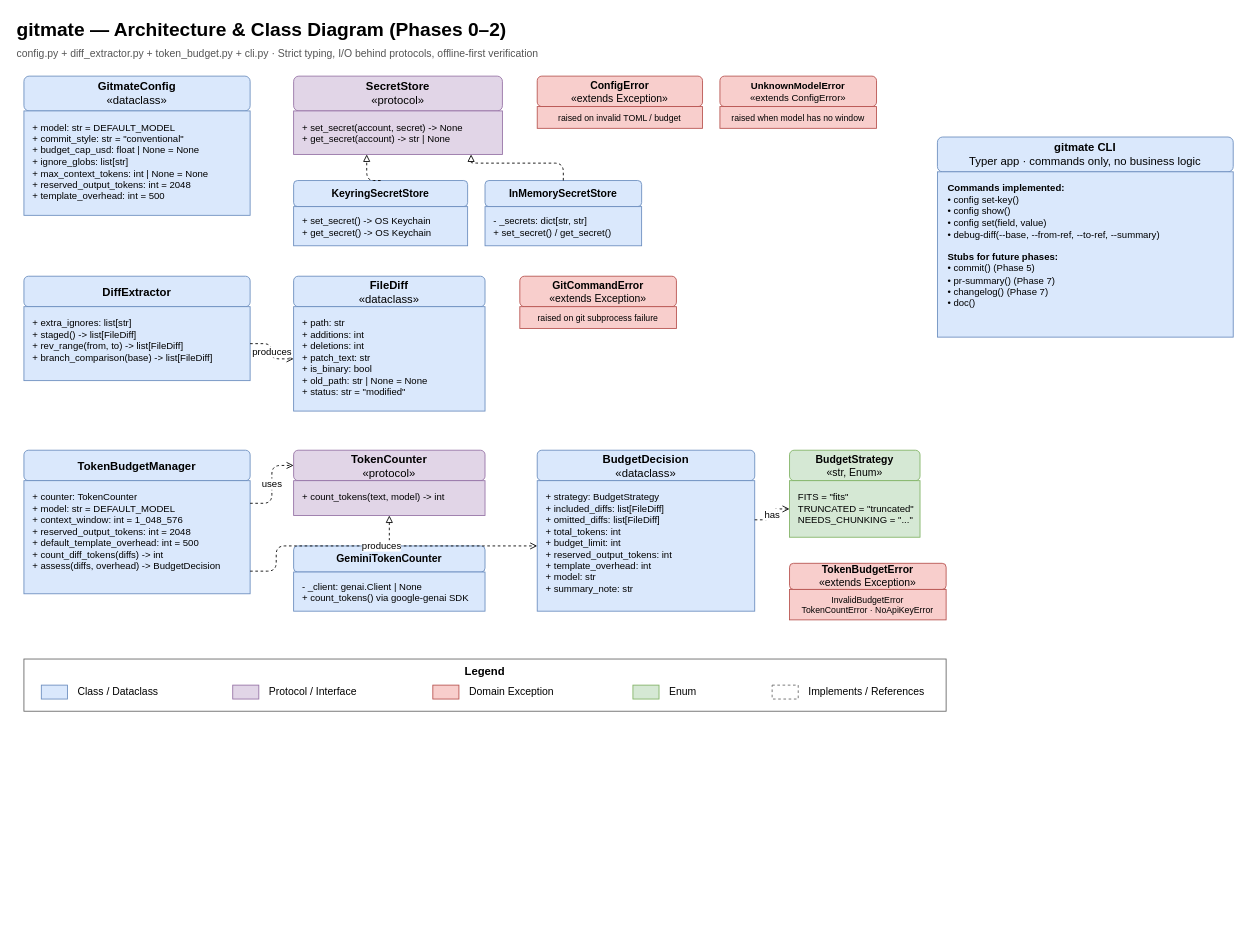
Above: docs/class-diagram.drawio in getdownandcode/gitmate (draw.io), before the change. Source tidied: cells renumbered, new cells numbered last; positions are measured from the earlier drawing's top-left corner, leaving out a move shared by most shapes. Both pictures are drawn from the tidied source at 87%, with x=0, y=0 at pixel (15, 15).
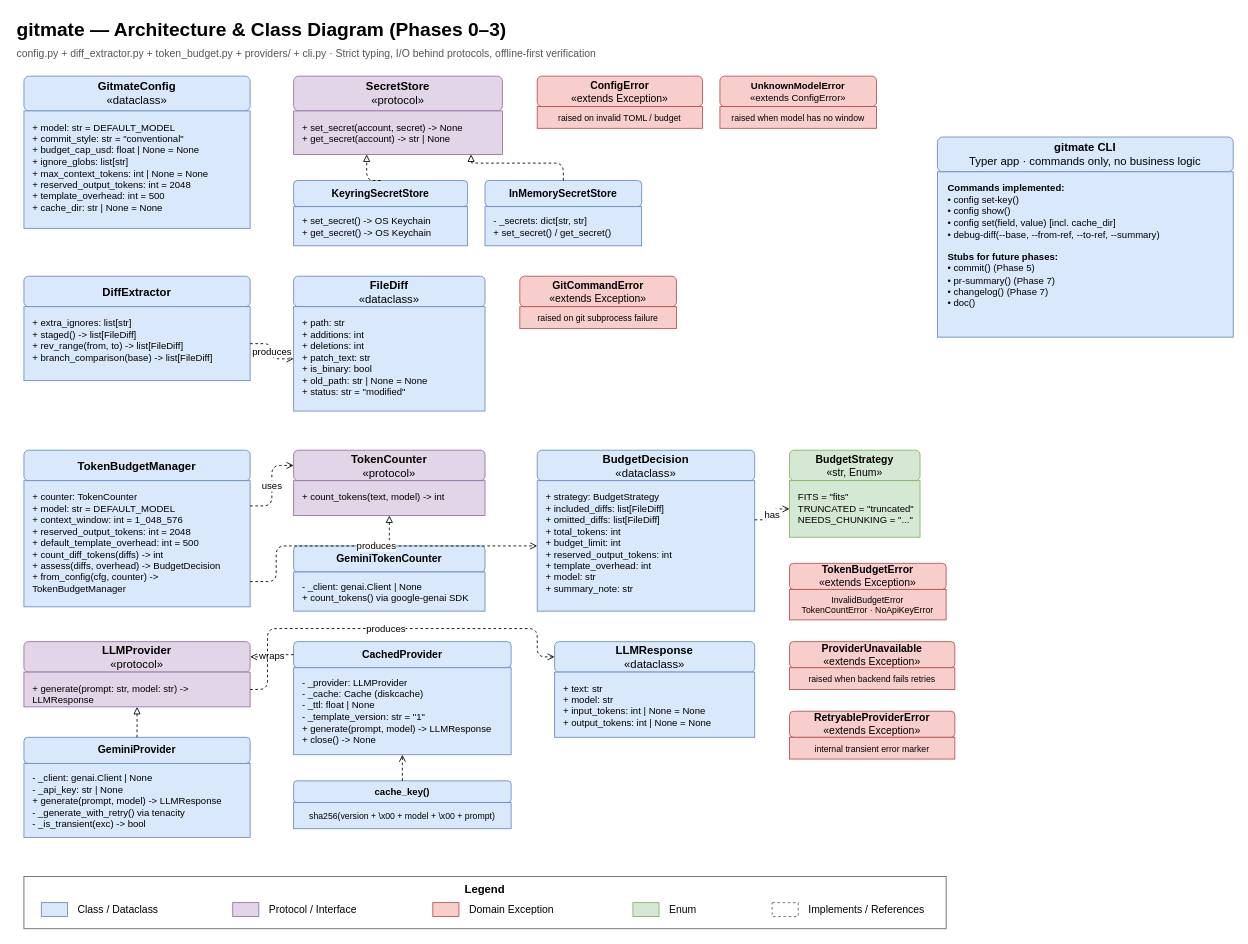
Above is the later version.

Commit message (it also covers changes not shown here):
docs: update README and class diagram for Phase 3

Unchanged cells that the change refers to:
```xml
<mxCell id="29" value="+ strategy: BudgetStrategy&lt;br/&gt;+ included_diffs: list[FileDiff]&lt;br/&gt;+ omitted_diffs: list[FileDiff]&lt;br/&gt;+ total_tokens: int&lt;br/&gt;+ budget_limit: int&lt;br/&gt;+ reserved_output_tokens: int&lt;br/&gt;+ template_overhead: int&lt;br/&gt;+ model: str&lt;br/&gt;+ summary_note: str" style="rounded=0;whiteSpace=wrap;html=1;align=left;verticalAlign=top;fontSize=11;spacingLeft=8;spacingTop=6;fillColor=#dae8fc;strokeColor=#6c8ebf;" parent="1" vertex="1">
  <mxGeometry x="600" y="535" width="250" height="150" as="geometry" />
</mxCell>
```

Change to the diagram source:
```diff
@@
-    <mxCell id="2" value="gitmate — Architecture &amp; Class Diagram (Phases 0–2)" style="text;html=1;align=left;verticalAlign=middle;fontStyle=1;fontSize=22;" parent="1" vertex="1">
+    <mxCell id="2" value="gitmate — Architecture &amp; Class Diagram (Phases 0–3)" style="text;html=1;align=left;verticalAlign=middle;fontStyle=1;fontSize=22;" parent="1" vertex="1">
       <mxGeometry width="800" height="34" as="geometry" />
     </mxCell>
-    <mxCell id="3" value="config.py + diff_extractor.py + token_budget.py + cli.py · Strict typing, I/O behind protocols, offline-first verification" style="text;html=1;align=left;verticalAlign=middle;fontSize=12;fontColor=#555555;" parent="1" vertex="1">
+    <mxCell id="3" value="config.py + diff_extractor.py + token_budget.py + providers/ + cli.py · Strict typing, I/O behind protocols, offline-first verification" style="text;html=1;align=left;verticalAlign=middle;fontSize=12;fontColor=#555555;" parent="1" vertex="1">
       <mxGeometry y="34" width="1100" height="22" as="geometry" />
     </mxCell>
@@
-    <mxCell id="5" value="+ model: str = DEFAULT_MODEL&lt;br/&gt;+ commit_style: str = &quot;conventional&quot;&lt;br/&gt;+ budget_cap_usd: float | None = None&lt;br/&gt;+ ignore_globs: list[str]&lt;br/&gt;+ max_context_tokens: int | None = None&lt;br/&gt;+ reserved_output_tokens: int = 2048&lt;br/&gt;+ template_overhead: int = 500" style="rounded=0;whiteSpace=wrap;html=1;align=left;verticalAlign=top;fontSize=11;spacingLeft=8;spacingTop=6;fillColor=#dae8fc;strokeColor=#6c8ebf;" parent="1" vertex="1">
-      <mxGeometry x="10" y="110" width="260" height="120" as="geometry" />
+    <mxCell id="5" value="+ model: str = DEFAULT_MODEL&lt;br/&gt;+ commit_style: str = &quot;conventional&quot;&lt;br/&gt;+ budget_cap_usd: float | None = None&lt;br/&gt;+ ignore_globs: list[str]&lt;br/&gt;+ max_context_tokens: int | None = None&lt;br/&gt;+ reserved_output_tokens: int = 2048&lt;br/&gt;+ template_overhead: int = 500&lt;br/&gt;+ cache_dir: str | None = None" style="rounded=0;whiteSpace=wrap;html=1;align=left;verticalAlign=top;fontSize=11;spacingLeft=8;spacingTop=6;fillColor=#dae8fc;strokeColor=#6c8ebf;" parent="1" vertex="1">
+      <mxGeometry x="10" y="110" width="260" height="135" as="geometry" />
     </mxCell>
@@
-    <mxCell id="23" value="+ counter: TokenCounter&lt;br/&gt;+ model: str = DEFAULT_MODEL&lt;br/&gt;+ context_window: int = 1_048_576&lt;br/&gt;+ reserved_output_tokens: int = 2048&lt;br/&gt;+ default_template_overhead: int = 500&lt;br/&gt;+ count_diff_tokens(diffs) -&amp;gt; int&lt;br/&gt;+ assess(diffs, overhead) -&amp;gt; BudgetDecision" style="rounded=0;whiteSpace=wrap;html=1;align=left;verticalAlign=top;fontSize=11;spacingLeft=8;spacingTop=6;fillColor=#dae8fc;strokeColor=#6c8ebf;" parent="1" vertex="1">
-      <mxGeometry x="10" y="535" width="260" height="130" as="geometry" />
+    <mxCell id="23" value="+ counter: TokenCounter&lt;br/&gt;+ model: str = DEFAULT_MODEL&lt;br/&gt;+ context_window: int = 1_048_576&lt;br/&gt;+ reserved_output_tokens: int = 2048&lt;br/&gt;+ default_template_overhead: int = 500&lt;br/&gt;+ count_diff_tokens(diffs) -&amp;gt; int&lt;br/&gt;+ assess(diffs, overhead) -&amp;gt; BudgetDecision&lt;br/&gt;+ from_config(cfg, counter) -&amp;gt; TokenBudgetManager" style="rounded=0;whiteSpace=wrap;html=1;align=left;verticalAlign=top;fontSize=11;spacingLeft=8;spacingTop=6;fillColor=#dae8fc;strokeColor=#6c8ebf;" parent="1" vertex="1">
+      <mxGeometry x="10" y="535" width="260" height="145" as="geometry" />
     </mxCell>
@@
+    <mxCell id="54" value="&lt;b&gt;LLMProvider&lt;/b&gt;&lt;br/&gt;«protocol»" style="rounded=1;whiteSpace=wrap;html=1;align=center;fontSize=13;fillColor=#e1d5e7;strokeColor=#9673a6;" parent="1" vertex="1">
+      <mxGeometry x="10" y="720" width="260" height="35" as="geometry" />
+    </mxCell>
+    <mxCell id="55" value="+ generate(prompt: str, model: str) -&amp;gt; LLMResponse" style="rounded=0;whiteSpace=wrap;html=1;align=left;verticalAlign=top;fontSize=11;spacingLeft=8;spacingTop=6;fillColor=#e1d5e7;strokeColor=#9673a6;" parent="1" vertex="1">
+      <mxGeometry x="10" y="755" width="260" height="40" as="geometry" />
+    </mxCell>
+    <mxCell id="56" value="&lt;b&gt;GeminiProvider&lt;/b&gt;" style="rounded=1;whiteSpace=wrap;html=1;align=center;fontSize=12;fillColor=#dae8fc;strokeColor=#6c8ebf;" parent="1" vertex="1">
+      <mxGeometry x="10" y="830" width="260" height="30" as="geometry" />
+    </mxCell>
+    <mxCell id="57" value="- _client: genai.Client | None&lt;br/&gt;- _api_key: str | None&lt;br/&gt;+ generate(prompt, model) -&amp;gt; LLMResponse&lt;br/&gt;- _generate_with_retry() via tenacity&lt;br/&gt;- _is_transient(exc) -&amp;gt; bool" style="rounded=0;whiteSpace=wrap;html=1;align=left;verticalAlign=top;fontSize=11;spacingLeft=8;spacingTop=4;fillColor=#dae8fc;strokeColor=#6c8ebf;" parent="1" vertex="1">
+      <mxGeometry x="10" y="860" width="260" height="85" as="geometry" />
+    </mxCell>
+    <mxCell id="58" value="&lt;b&gt;CachedProvider&lt;/b&gt;" style="rounded=1;whiteSpace=wrap;html=1;align=center;fontSize=12;fillColor=#dae8fc;strokeColor=#6c8ebf;" parent="1" vertex="1">
+      <mxGeometry x="320" y="720" width="250" height="30" as="geometry" />
+    </mxCell>
+    <mxCell id="59" value="- _provider: LLMProvider&lt;br/&gt;- _cache: Cache (diskcache)&lt;br/&gt;- _ttl: float | None&lt;br/&gt;- _template_version: str = &quot;1&quot;&lt;br/&gt;+ generate(prompt, model) -&amp;gt; LLMResponse&lt;br/&gt;+ close() -&amp;gt; None" style="rounded=0;whiteSpace=wrap;html=1;align=left;verticalAlign=top;fontSize=11;spacingLeft=8;spacingTop=4;fillColor=#dae8fc;strokeColor=#6c8ebf;" parent="1" vertex="1">
+      <mxGeometry x="320" y="750" width="250" height="100" as="geometry" />
+    </mxCell>
+    <mxCell id="60" value="&lt;b&gt;cache_key()&lt;/b&gt;" style="rounded=1;whiteSpace=wrap;html=1;align=center;fontSize=11;fillColor=#dae8fc;strokeColor=#6c8ebf;" parent="1" vertex="1">
+      <mxGeometry x="320" y="880" width="250" height="25" as="geometry" />
+    </mxCell>
+    <mxCell id="61" value="sha256(version + \x00 + model + \x00 + prompt)" style="rounded=0;whiteSpace=wrap;html=1;align=center;verticalAlign=middle;fontSize=10;fillColor=#dae8fc;strokeColor=#6c8ebf;" parent="1" vertex="1">
+      <mxGeometry x="320" y="905" width="250" height="30" as="geometry" />
+    </mxCell>
+    <mxCell id="62" value="&lt;b&gt;LLMResponse&lt;/b&gt;&lt;br/&gt;«dataclass»" style="rounded=1;whiteSpace=wrap;html=1;align=center;fontSize=13;fillColor=#dae8fc;strokeColor=#6c8ebf;" parent="1" vertex="1">
+      <mxGeometry x="620" y="720" width="230" height="35" as="geometry" />
+    </mxCell>
+    <mxCell id="63" value="+ text: str&lt;br/&gt;+ model: str&lt;br/&gt;+ input_tokens: int | None = None&lt;br/&gt;+ output_tokens: int | None = None" style="rounded=0;whiteSpace=wrap;html=1;align=left;verticalAlign=top;fontSize=11;spacingLeft=8;spacingTop=6;fillColor=#dae8fc;strokeColor=#6c8ebf;" parent="1" vertex="1">
+      <mxGeometry x="620" y="755" width="230" height="75" as="geometry" />
+    </mxCell>
+    <mxCell id="64" value="&lt;b&gt;ProviderUnavailable&lt;/b&gt;&lt;br/&gt;«extends Exception»" style="rounded=1;whiteSpace=wrap;html=1;align=center;fontSize=12;fillColor=#f8cecc;strokeColor=#b85450;" parent="1" vertex="1">
+      <mxGeometry x="890" y="720" width="190" height="30" as="geometry" />
+    </mxCell>
+    <mxCell id="65" value="raised when backend fails retries" style="rounded=0;whiteSpace=wrap;html=1;align=center;verticalAlign=middle;fontSize=10;fillColor=#f8cecc;strokeColor=#b85450;" parent="1" vertex="1">
+      <mxGeometry x="890" y="750" width="190" height="25" as="geometry" />
+    </mxCell>
+    <mxCell id="66" value="&lt;b&gt;RetryableProviderError&lt;/b&gt;&lt;br/&gt;«extends Exception»" style="rounded=1;whiteSpace=wrap;html=1;align=center;fontSize=12;fillColor=#f8cecc;strokeColor=#b85450;" parent="1" vertex="1">
+      <mxGeometry x="890" y="800" width="190" height="30" as="geometry" />
+    </mxCell>
+    <mxCell id="67" value="internal transient error marker" style="rounded=0;whiteSpace=wrap;html=1;align=center;verticalAlign=middle;fontSize=10;fillColor=#f8cecc;strokeColor=#b85450;" parent="1" vertex="1">
+      <mxGeometry x="890" y="830" width="190" height="25" as="geometry" />
+    </mxCell>
@@
-    <mxCell id="35" value="&lt;b&gt;Commands implemented:&lt;/b&gt;&lt;br/&gt;• config set-key()&lt;br/&gt;• config show()&lt;br/&gt;• config set(field, value)&lt;br/&gt;• debug-diff(--base, --from-ref, --to-ref, --summary)&lt;br/&gt;&lt;br/&gt;&lt;b&gt;Stubs for future phases:&lt;/b&gt;&lt;br/&gt;• commit() (Phase 5)&lt;br/&gt;• pr-summary() (Phase 7)&lt;br/&gt;• changelog() (Phase 7)&lt;br/&gt;• doc()" style="rounded=0;whiteSpace=wrap;html=1;align=left;verticalAlign=top;fontSize=11;spacingLeft=10;spacingTop=6;fillColor=#dae8fc;strokeColor=#6c8ebf;" parent="1" vertex="1">
+    <mxCell id="35" value="&lt;b&gt;Commands implemented:&lt;/b&gt;&lt;br/&gt;• config set-key()&lt;br/&gt;• config show()&lt;br/&gt;• config set(field, value) [incl. cache_dir]&lt;br/&gt;• debug-diff(--base, --from-ref, --to-ref, --summary)&lt;br/&gt;&lt;br/&gt;&lt;b&gt;Stubs for future phases:&lt;/b&gt;&lt;br/&gt;• commit() (Phase 5)&lt;br/&gt;• pr-summary() (Phase 7)&lt;br/&gt;• changelog() (Phase 7)&lt;br/&gt;• doc()" style="rounded=0;whiteSpace=wrap;html=1;align=left;verticalAlign=top;fontSize=11;spacingLeft=10;spacingTop=6;fillColor=#dae8fc;strokeColor=#6c8ebf;" parent="1" vertex="1">
       <mxGeometry x="1060" y="180" width="340" height="190" as="geometry" />
     </mxCell>
     <mxCell id="36" value="Legend" style="rounded=0;whiteSpace=wrap;html=1;fillColor=none;strokeColor=#666666;verticalAlign=top;fontStyle=1;fontSize=13;" parent="1" vertex="1">
-      <mxGeometry x="10" y="740" width="1060" height="60" as="geometry" />
+      <mxGeometry x="10" y="990" width="1060" height="60" as="geometry" />
     </mxCell>
@@
     <mxCell id="51" value="produces" style="edgeStyle=orthogonalEdgeStyle;rounded=1;jettySize=auto;html=1;fontSize=11;endArrow=open;endFill=0;dashed=1;exitX=1;exitY=0.8;exitDx=0;exitDy=0;entryX=0;entryY=0.5;entryDx=0;entryDy=0;" parent="1" edge="1" source="23" target="29">
       <mxGeometry relative="1" as="geometry">
         <Array as="points">
-          <mxPoint x="300" y="639" />
+          <mxPoint x="300" y="651" />
           <mxPoint x="300" y="610" />
         </Array>
       </mxGeometry>
     </mxCell>
@@
+    <mxCell id="68" style="edgeStyle=orthogonalEdgeStyle;rounded=1;jettySize=auto;html=1;endArrow=block;endFill=0;dashed=1;exitX=0.5;exitY=0;exitDx=0;exitDy=0;entryX=0.5;entryY=1;entryDx=0;entryDy=0;" parent="1" edge="1" source="56" target="55">
+      <mxGeometry relative="1" as="geometry" />
+    </mxCell>
+    <mxCell id="69" value="wraps" style="edgeStyle=orthogonalEdgeStyle;rounded=1;jettySize=auto;html=1;fontSize=11;endArrow=open;endFill=0;dashed=1;exitX=0;exitY=0.5;exitDx=0;exitDy=0;entryX=1;entryY=0.5;entryDx=0;entryDy=0;" parent="1" edge="1" source="58" target="54">
+      <mxGeometry relative="1" as="geometry" />
+    </mxCell>
+    <mxCell id="70" value="produces" style="edgeStyle=orthogonalEdgeStyle;rounded=1;jettySize=auto;html=1;fontSize=11;endArrow=open;endFill=0;dashed=1;exitX=1;exitY=0.5;exitDx=0;exitDy=0;entryX=0;entryY=0.5;entryDx=0;entryDy=0;" parent="1" edge="1" source="55" target="62">
+      <mxGeometry relative="1" as="geometry">
+        <Array as="points">
+          <mxPoint x="290" y="775" />
+          <mxPoint x="290" y="705" />
+          <mxPoint x="600" y="705" />
+          <mxPoint x="600" y="737" />
+        </Array>
+      </mxGeometry>
+    </mxCell>
+    <mxCell id="71" style="edgeStyle=orthogonalEdgeStyle;rounded=1;jettySize=auto;html=1;endArrow=open;endFill=0;dashed=1;exitX=0.5;exitY=0;exitDx=0;exitDy=0;entryX=0.5;entryY=1;entryDx=0;entryDy=0;" parent="1" edge="1" source="60" target="59">
+      <mxGeometry relative="1" as="geometry" />
+    </mxCell>
```
